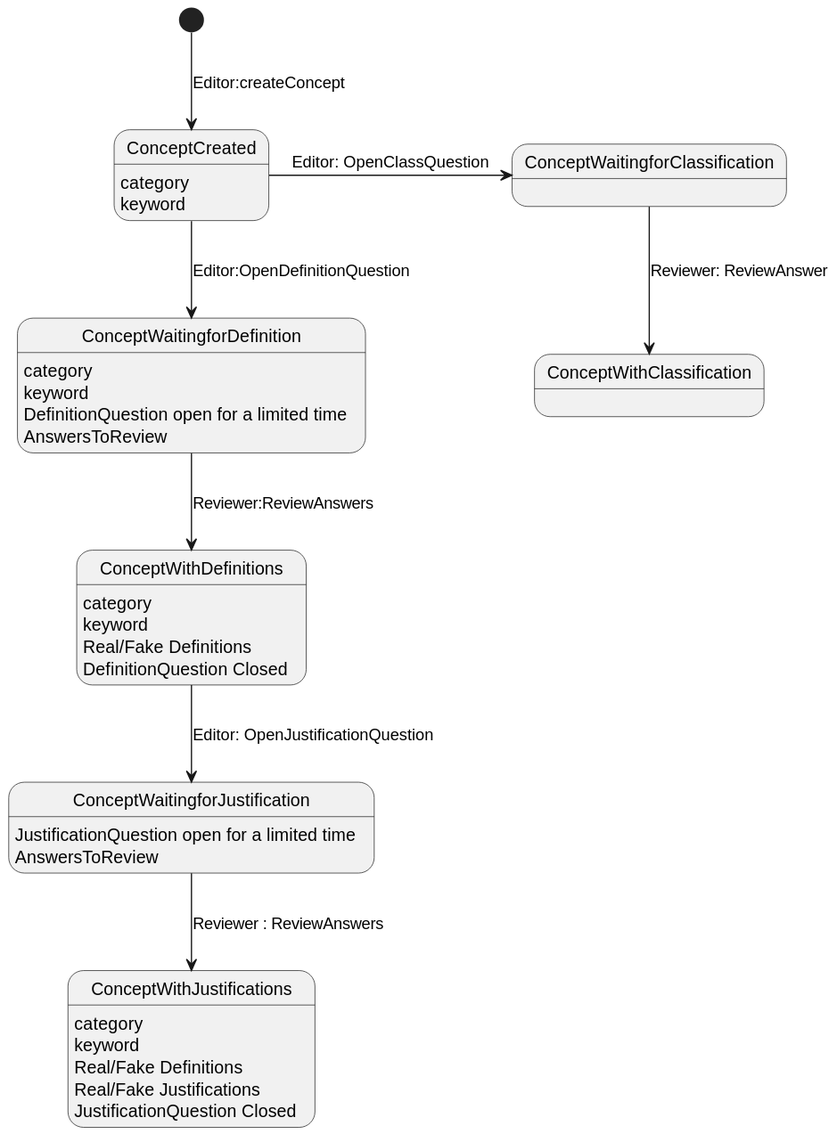
Before: out/doc/conceptStates/ConceptStates.svg, a diagram exported from PlantUML (Joselon/ProyectoOpoTest).
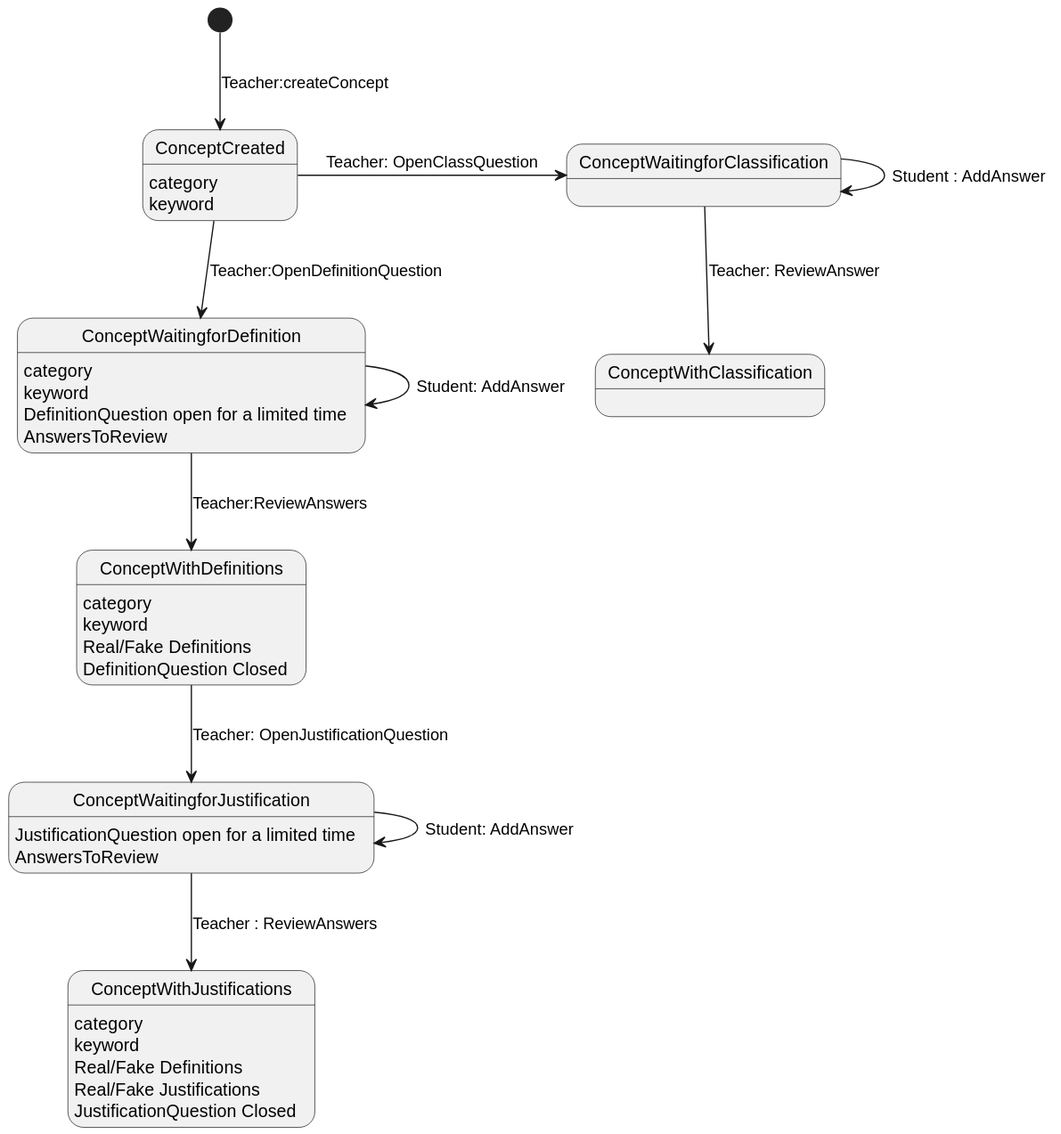
The same file after the commit.

The edit, as a diff of the source:
```diff
@@ -27,11 +27,14 @@
 ConceptWithJustifications: JustificationQuestion Closed
 
 
-[*] --> ConceptCreated : Editor:createConcept
-ConceptCreated --> ConceptWaitingforDefinition : Editor:OpenDefinitionQuestion
-ConceptWaitingforDefinition --> ConceptWithDefinitions : Reviewer:ReviewAnswers
-ConceptWithDefinitions --> ConceptWaitingforJustification : Editor: OpenJustificationQuestion
-ConceptWaitingforJustification -->ConceptWithJustifications : Reviewer : ReviewAnswers
-ConceptCreated -> ConceptWaitingforClassification : Editor: OpenClassQuestion
-ConceptWaitingforClassification --> ConceptWithClassification : Reviewer: ReviewAnswer
+[*] --> ConceptCreated : Teacher:createConcept
+ConceptCreated --> ConceptWaitingforDefinition : Teacher:OpenDefinitionQuestion
+ConceptWaitingforDefinition -> ConceptWaitingforDefinition : Student: AddAnswer
+ConceptWaitingforDefinition --> ConceptWithDefinitions : Teacher:ReviewAnswers
+ConceptWithDefinitions --> ConceptWaitingforJustification : Teacher: OpenJustificationQuestion
+ConceptWaitingforJustification -->ConceptWithJustifications : Teacher : ReviewAnswers
+ConceptWaitingforJustification -> ConceptWaitingforJustification : Student: AddAnswer
+ConceptCreated -> ConceptWaitingforClassification : Teacher: OpenClassQuestion
+ConceptWaitingforClassification -> ConceptWaitingforClassification : Student : AddAnswer
+ConceptWaitingforClassification --> ConceptWithClassification : Teacher: ReviewAnswer
 @enduml
```
